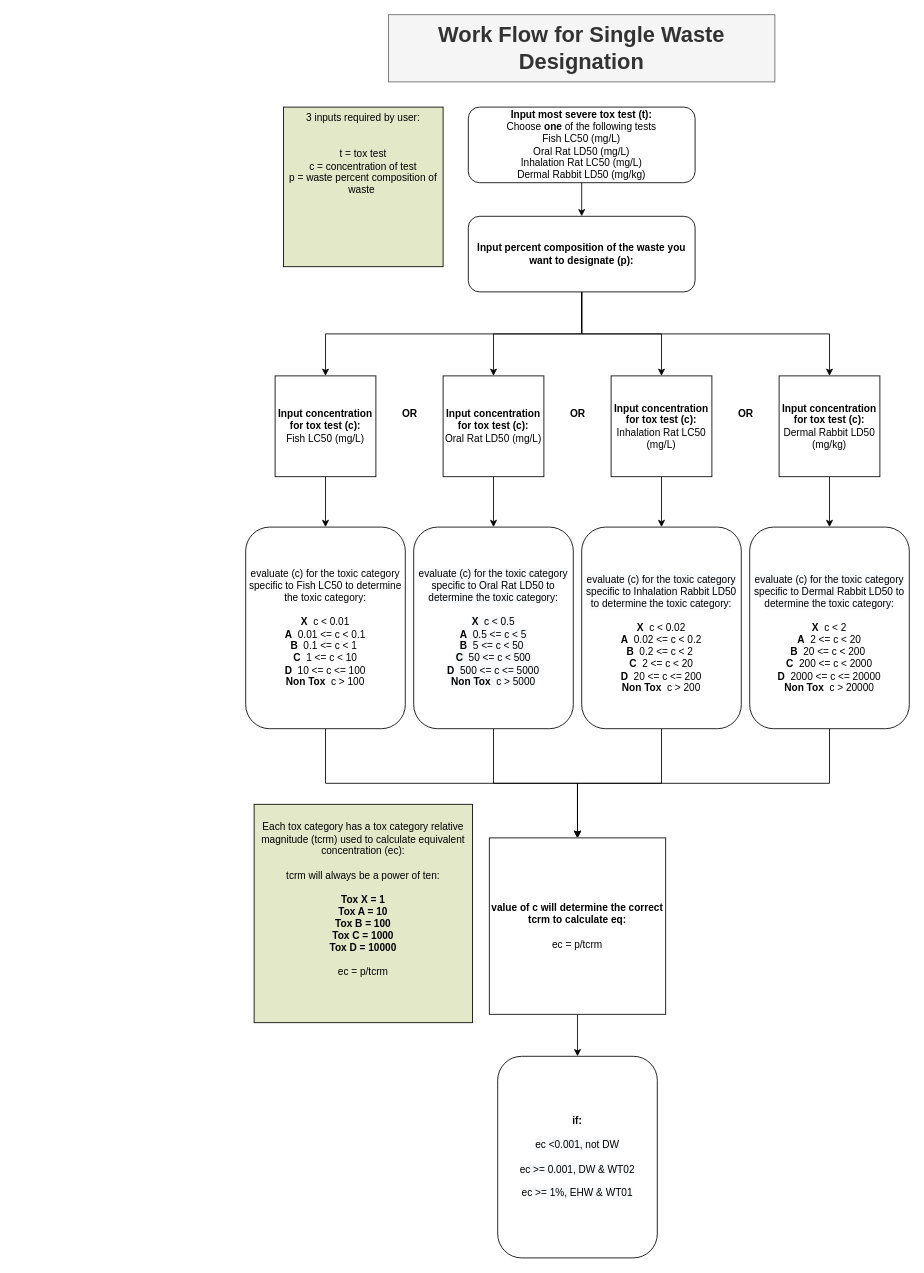
The draw.io diagram Untitled Diagram.drawio in PhoenixTagal/Haku, before the edit. Source tidied: cells renumbered, new cells numbered last; positions are measured from the earlier drawing's top-left corner, leaving out a move shared by most shapes. Both pictures are drawn from the tidied source at 84%, with x=0, y=0 at pixel (245, 14).
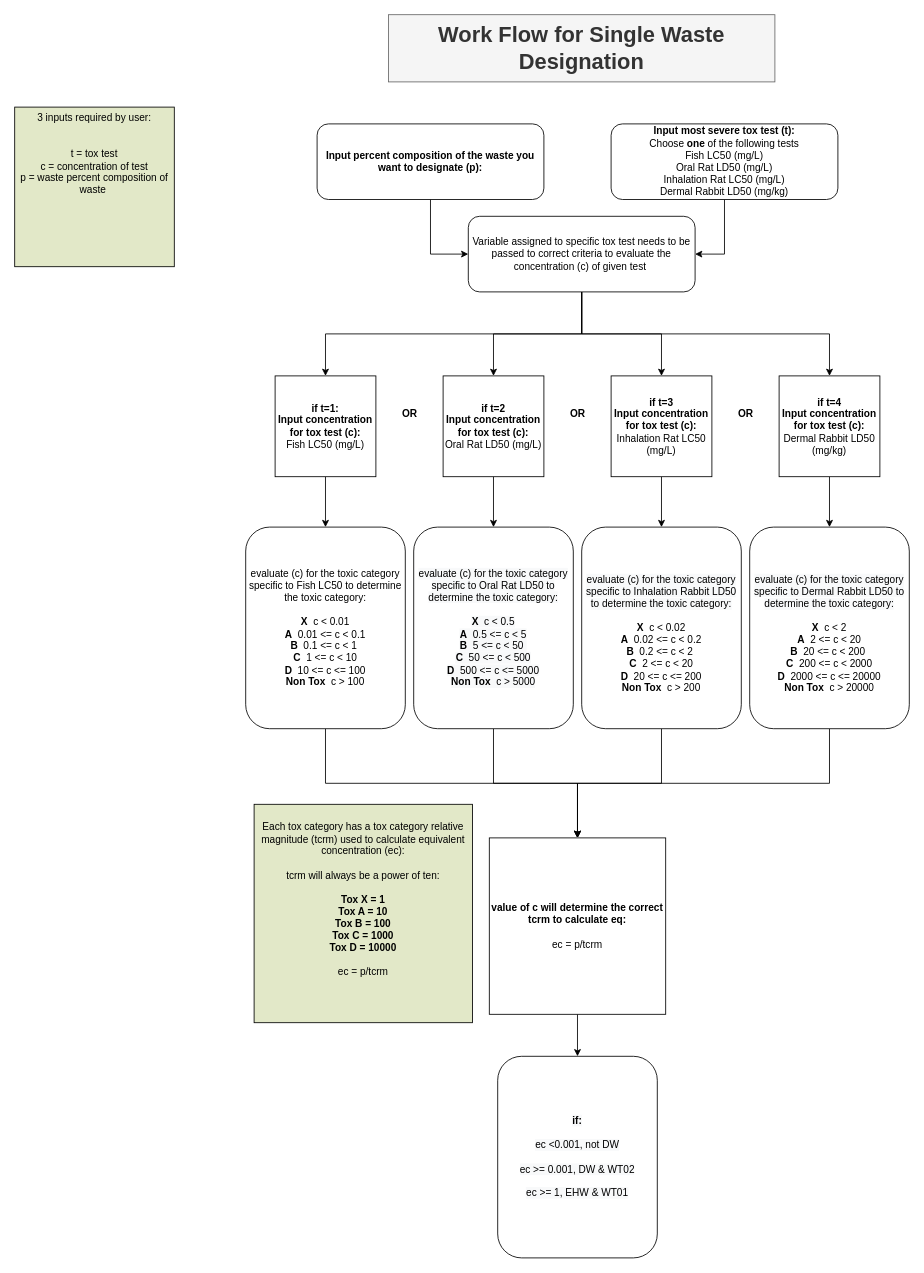
The same page after the edit.

Diff of the diagram source:
```diff
@@
-    <mxCell id="6" value="&lt;b&gt;Input percent composition&amp;nbsp;of the waste you want to designate (p):&lt;/b&gt;" style="rounded=1;whiteSpace=wrap;html=1;fontSize=12;glass=0;strokeWidth=1;shadow=0;" parent="1" vertex="1">
+    <mxCell id="6" value="Variable assigned to specific tox test needs to be passed to correct criteria to evaluate the concentration (c) of given test&amp;nbsp;" style="rounded=1;whiteSpace=wrap;html=1;fontSize=12;glass=0;strokeWidth=1;shadow=0;" parent="1" vertex="1">
       <mxGeometry x="265" y="240" width="270" height="90" as="geometry" />
     </mxCell>
@@
-    <mxCell id="8" value="&lt;b&gt;Input concentration for tox test (c):&lt;/b&gt;&lt;br&gt;Fish LC50 (mg/L)" style="whiteSpace=wrap;html=1;" parent="1" vertex="1">
+    <mxCell id="8" value="&lt;b&gt;if t=1:&lt;br&gt;Input concentration for tox test (c):&lt;/b&gt;&lt;br&gt;Fish LC50 (mg/L)" style="whiteSpace=wrap;html=1;" parent="1" vertex="1">
       <mxGeometry x="35" y="430" width="120" height="120" as="geometry" />
     </mxCell>
@@
-    <mxCell id="10" value="&lt;b&gt;Input concentration for tox test (c):&lt;/b&gt;&lt;br&gt;Oral Rat LD50 (mg/L)" style="whiteSpace=wrap;html=1;" parent="1" vertex="1">
+    <mxCell id="10" value="&lt;b&gt;if t=2&lt;br&gt;Input concentration for tox test (c):&lt;/b&gt;&lt;br&gt;Oral Rat LD50 (mg/L)" style="whiteSpace=wrap;html=1;" parent="1" vertex="1">
       <mxGeometry x="235" y="430" width="120" height="120" as="geometry" />
     </mxCell>
@@
-    <mxCell id="12" value="&lt;b&gt;Input concentration for tox test (c):&lt;/b&gt;&lt;br&gt;Inhalation Rat LC50 (mg/L)" style="whiteSpace=wrap;html=1;" parent="1" vertex="1">
+    <mxCell id="12" value="&lt;b&gt;if t=3&lt;br&gt;Input concentration for tox test (c):&lt;/b&gt;&lt;br&gt;Inhalation Rat LC50 (mg/L)" style="whiteSpace=wrap;html=1;" parent="1" vertex="1">
       <mxGeometry x="435" y="430" width="120" height="120" as="geometry" />
     </mxCell>
@@
-    <mxCell id="14" value="&lt;b&gt;Input concentration for tox test (c):&lt;/b&gt;&lt;br&gt;Dermal Rabbit LD50 (mg/kg)" style="whiteSpace=wrap;html=1;" parent="1" vertex="1">
+    <mxCell id="14" value="&lt;b&gt;if t=4&lt;br&gt;Input concentration for tox test (c):&lt;/b&gt;&lt;br&gt;Dermal Rabbit LD50 (mg/kg)" style="whiteSpace=wrap;html=1;" parent="1" vertex="1">
       <mxGeometry x="635" y="430" width="120" height="120" as="geometry" />
     </mxCell>
@@
-    <mxCell id="23" style="edgeStyle=orthogonalEdgeStyle;rounded=0;jettySize=auto;html=1;exitX=0.5;exitY=1;exitDx=0;exitDy=0;entryX=0.5;entryY=0;entryDx=0;entryDy=0;" parent="1" edge="1" source="24" target="6">
+    <mxCell id="23" style="edgeStyle=orthogonalEdgeStyle;rounded=0;jettySize=auto;html=1;exitX=0.5;exitY=1;exitDx=0;exitDy=0;entryX=1;entryY=0.5;entryDx=0;entryDy=0;" parent="1" edge="1" source="24" target="6">
       <mxGeometry relative="1" as="geometry" />
     </mxCell>
     <mxCell id="24" value="&lt;b&gt;Input most severe tox test (t):&lt;/b&gt;&lt;br&gt;Choose &lt;b&gt;one &lt;/b&gt;of the following tests&lt;br&gt;Fish LC50 (mg/L)&lt;br&gt;Oral Rat LD50 (mg/L)&lt;br&gt;Inhalation Rat LC50 (mg/L)&lt;br&gt;Dermal Rabbit LD50 (mg/kg)" style="rounded=1;whiteSpace=wrap;html=1;fontSize=12;glass=0;strokeWidth=1;shadow=0;" parent="1" vertex="1">
-      <mxGeometry x="265" y="110" width="270" height="90" as="geometry" />
+      <mxGeometry x="435" y="130" width="270" height="90" as="geometry" />
     </mxCell>
@@
     <mxCell id="30" value="3 inputs required by user:&#10;&#10;&#10;t = tox test&#10;c = concentration of test&#10;p = waste percent composition of waste " style="fontSize=12;verticalAlign=top;align=center;spacing=1;whiteSpace=wrap;fillColor=#E2E8C8;fontColor=default;labelBackgroundColor=none;" parent="1" vertex="1">
-      <mxGeometry x="45" y="110" width="190" height="190" as="geometry" />
+      <mxGeometry x="-275" y="110" width="190" height="190" as="geometry" />
     </mxCell>
-    <mxCell id="31" value="&lt;span style=&quot;color: rgb(0, 0, 0); font-family: Helvetica; font-size: 12px; font-style: normal; font-variant-ligatures: normal; font-variant-caps: normal; letter-spacing: normal; orphans: 2; text-align: center; text-indent: 0px; text-transform: none; widows: 2; word-spacing: 0px; -webkit-text-stroke-width: 0px; background-color: rgb(248, 249, 250); text-decoration-thickness: initial; text-decoration-style: initial; text-decoration-color: initial; float: none; display: inline !important;&quot;&gt;&lt;b&gt;if:&lt;/b&gt;&lt;br&gt;&lt;br&gt;ec &amp;lt;0.001, not DW&lt;br&gt;&lt;br&gt;ec &amp;gt;= 0.001, DW &amp;amp; WT02&lt;br&gt;&lt;br&gt;ec &amp;gt;= 1%, EHW &amp;amp; WT01&lt;br&gt;&lt;/span&gt;" style="rounded=1;whiteSpace=wrap;html=1;" parent="1" vertex="1">
+    <mxCell id="31" value="&lt;span style=&quot;color: rgb(0, 0, 0); font-family: Helvetica; font-size: 12px; font-style: normal; font-variant-ligatures: normal; font-variant-caps: normal; letter-spacing: normal; orphans: 2; text-align: center; text-indent: 0px; text-transform: none; widows: 2; word-spacing: 0px; -webkit-text-stroke-width: 0px; background-color: rgb(248, 249, 250); text-decoration-thickness: initial; text-decoration-style: initial; text-decoration-color: initial; float: none; display: inline !important;&quot;&gt;&lt;b&gt;if:&lt;/b&gt;&lt;br&gt;&lt;br&gt;ec &amp;lt;0.001, not DW&lt;br&gt;&lt;br&gt;ec &amp;gt;= 0.001, DW &amp;amp; WT02&lt;br&gt;&lt;br&gt;ec &amp;gt;= 1, EHW &amp;amp; WT01&lt;br&gt;&lt;/span&gt;" style="rounded=1;whiteSpace=wrap;html=1;" parent="1" vertex="1">
       <mxGeometry x="300" y="1240" width="190" height="240" as="geometry" />
     </mxCell>
@@
+    <mxCell id="34" style="edgeStyle=orthogonalEdgeStyle;rounded=0;jettySize=auto;html=1;exitX=0.5;exitY=1;exitDx=0;exitDy=0;entryX=0;entryY=0.5;entryDx=0;entryDy=0;" parent="1" edge="1" source="35" target="6">
+      <mxGeometry relative="1" as="geometry" />
+    </mxCell>
+    <mxCell id="35" value="&lt;b&gt;Input percent composition&amp;nbsp;of the waste you want to designate (p):&lt;/b&gt;" style="rounded=1;whiteSpace=wrap;html=1;fontSize=12;glass=0;strokeWidth=1;shadow=0;" parent="1" vertex="1">
+      <mxGeometry x="85" y="130" width="270" height="90" as="geometry" />
+    </mxCell>
```
